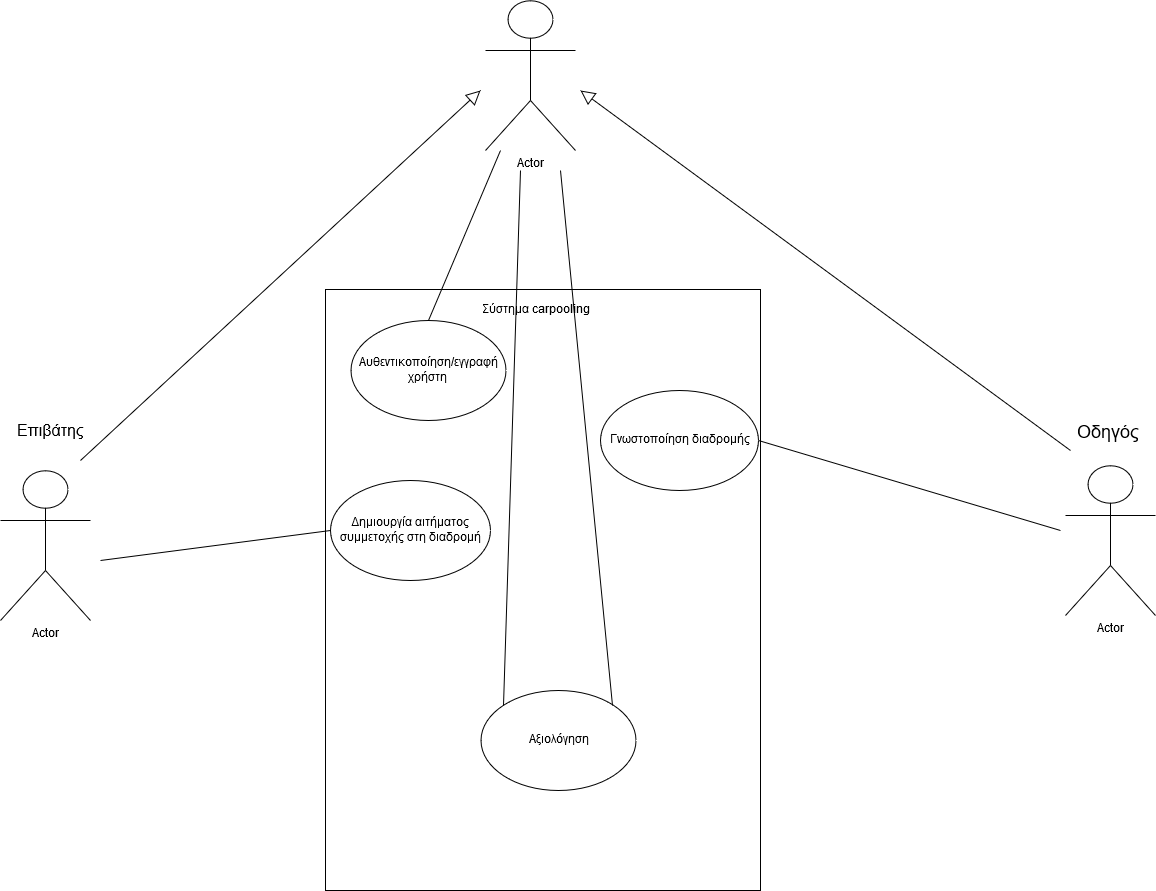
Earlier version of the draw.io export images/Usecases2.png (PaterakisNikos/carpooling). Source tidied: cells renumbered, new cells last; positions are measured from the earlier drawing's top-left corner, leaving out a move shared by most shapes. The source it was exported from:
```xml
<mxGraphModel>
  <root>
    <mxCell id="0" />
    <mxCell id="1" parent="0" />
    <mxCell id="2" style="rounded=0;whiteSpace=wrap;html=1;" parent="1" vertex="1">
      <mxGeometry x="325" y="289" width="435" height="601" as="geometry" />
    </mxCell>
    <mxCell id="3" value="Σύστημα carpooling" style="text;html=1;strokeColor=none;fillColor=none;align=center;verticalAlign=middle;whiteSpace=wrap;rounded=0;" parent="1" vertex="1">
      <mxGeometry x="470" y="300" width="130" height="20" as="geometry" />
    </mxCell>
    <mxCell id="4" value="&lt;div&gt;Αυθεντικοποίηση/εγγραφή&lt;/div&gt;&lt;div&gt;χρήστη&lt;br&gt;&lt;/div&gt;" style="ellipse;whiteSpace=wrap;html=1;" parent="1" vertex="1">
      <mxGeometry x="350" y="320" width="155" height="100" as="geometry" />
    </mxCell>
    <mxCell id="5" value="&lt;span lang=&quot;EL&quot;&gt;Δημιουργία αιτήματος συμμετοχής στη διαδρομή&lt;/span&gt;" style="ellipse;whiteSpace=wrap;html=1;" parent="1" vertex="1">
      <mxGeometry x="330" y="480" width="160" height="100" as="geometry" />
    </mxCell>
    <mxCell id="6" value="Γνωστοποίηση διαδρομής" style="ellipse;whiteSpace=wrap;html=1;" parent="1" vertex="1">
      <mxGeometry x="600" y="390" width="158" height="100" as="geometry" />
    </mxCell>
    <mxCell id="7" value="Αξιολόγηση" style="ellipse;whiteSpace=wrap;html=1;" parent="1" vertex="1">
      <mxGeometry x="480" y="690" width="155" height="100" as="geometry" />
    </mxCell>
    <mxCell id="8" value="Actor" style="shape=umlActor;verticalLabelPosition=bottom;labelBackgroundColor=#ffffff;verticalAlign=top;html=1;" parent="1" vertex="1">
      <mxGeometry y="470" width="90" height="150" as="geometry" />
    </mxCell>
    <mxCell id="9" value="Actor" style="shape=umlActor;verticalLabelPosition=bottom;labelBackgroundColor=#ffffff;verticalAlign=top;html=1;" parent="1" vertex="1">
      <mxGeometry x="485" width="90" height="150" as="geometry" />
    </mxCell>
    <mxCell id="10" style="endArrow=none;html=1;exitX=0.5;exitY=0;exitDx=0;exitDy=0;" parent="1" edge="1" source="4">
      <mxGeometry relative="1" as="geometry">
        <mxPoint x="500" y="150" as="targetPoint" />
      </mxGeometry>
    </mxCell>
    <mxCell id="11" style="endArrow=none;html=1;entryX=0;entryY=0.5;entryDx=0;entryDy=0;" parent="1" edge="1" target="5">
      <mxGeometry relative="1" as="geometry">
        <mxPoint x="100" y="560" as="sourcePoint" />
      </mxGeometry>
    </mxCell>
    <mxCell id="12" style="endArrow=none;html=1;entryX=1;entryY=0.5;entryDx=0;entryDy=0;" parent="1" edge="1" target="6">
      <mxGeometry relative="1" as="geometry">
        <mxPoint x="1060" y="530" as="sourcePoint" />
      </mxGeometry>
    </mxCell>
    <mxCell id="13" value="Actor" style="shape=umlActor;verticalLabelPosition=bottom;labelBackgroundColor=#ffffff;verticalAlign=top;html=1;" parent="1" vertex="1">
      <mxGeometry x="1065" y="465" width="90" height="150" as="geometry" />
    </mxCell>
    <mxCell id="14" style="endArrow=none;html=1;entryX=1;entryY=0;entryDx=0;entryDy=0;" parent="1" edge="1" target="7">
      <mxGeometry relative="1" as="geometry">
        <mxPoint x="560" y="170" as="sourcePoint" />
      </mxGeometry>
    </mxCell>
    <mxCell id="15" style="endArrow=none;html=1;entryX=0;entryY=0;entryDx=0;entryDy=0;" parent="1" edge="1" target="7">
      <mxGeometry relative="1" as="geometry">
        <mxPoint x="520" y="170" as="sourcePoint" />
      </mxGeometry>
    </mxCell>
    <mxCell id="16" style="endArrow=block;endFill=0;endSize=12;html=1;" parent="1" edge="1">
      <mxGeometry relative="1" as="geometry">
        <mxPoint x="80" y="460" as="sourcePoint" />
        <mxPoint x="480" y="90" as="targetPoint" />
      </mxGeometry>
    </mxCell>
    <mxCell id="17" style="endArrow=block;endFill=0;endSize=12;html=1;" parent="1" edge="1">
      <mxGeometry relative="1" as="geometry">
        <mxPoint x="1070" y="450" as="sourcePoint" />
        <mxPoint x="580" y="90" as="targetPoint" />
      </mxGeometry>
    </mxCell>
    <mxCell id="18" value="Επιβάτης" style="text;html=1;align=left;verticalAlign=top;spacingTop=-4;fontSize=16;" parent="1" vertex="1">
      <mxGeometry x="15" y="420" width="70" height="20" as="geometry" />
    </mxCell>
    <mxCell id="19" value="&lt;font style=&quot;font-size: 18px&quot;&gt;Οδηγός&lt;/font&gt;" style="text;html=1;align=left;verticalAlign=top;spacingTop=-4;" parent="1" vertex="1">
      <mxGeometry x="1075" y="420" width="80" height="20" as="geometry" />
    </mxCell>
  </root>
</mxGraphModel>
```
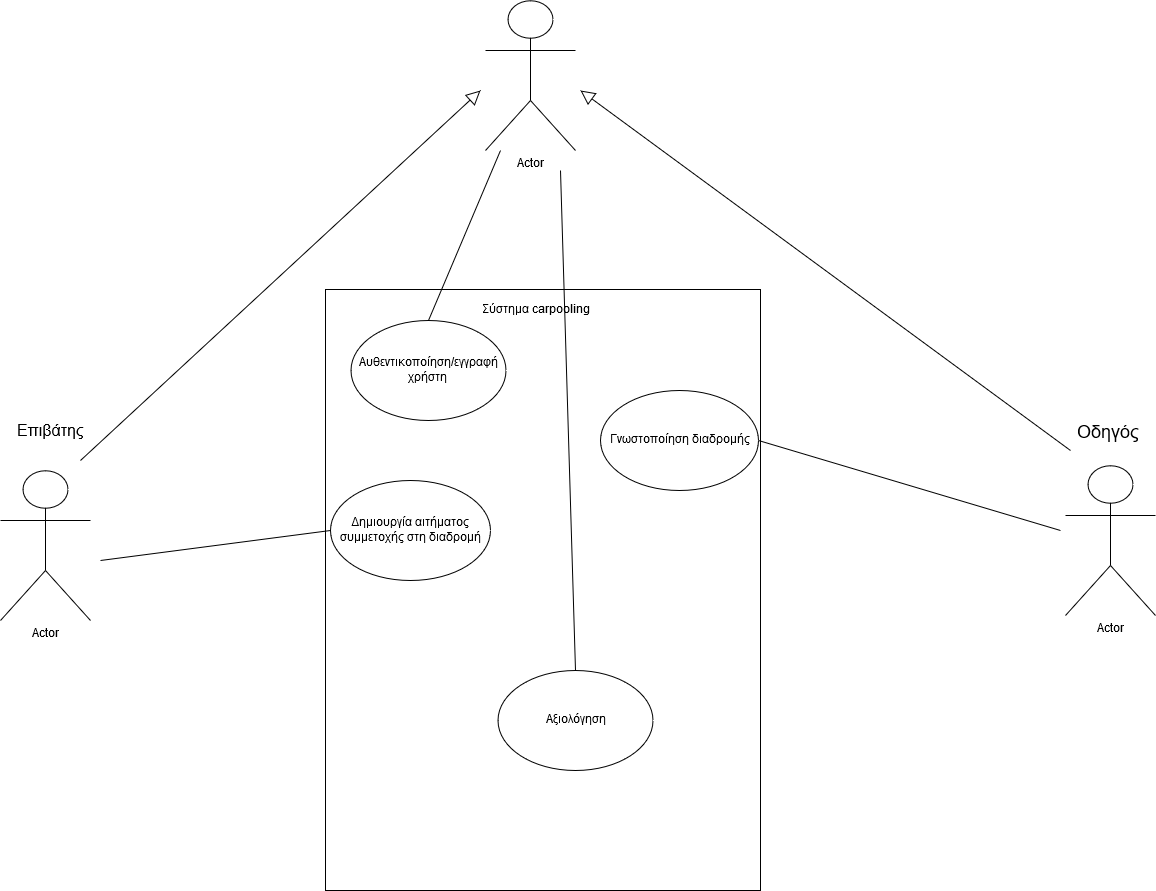
The same file after the commit.

Diff of the diagram source:
```diff
@@ -18,7 +18,7 @@
       <mxGeometry x="600" y="390" width="158" height="100" as="geometry" />
     </mxCell>
     <mxCell id="7" value="Αξιολόγηση" style="ellipse;whiteSpace=wrap;html=1;" parent="1" vertex="1">
-      <mxGeometry x="480" y="690" width="155" height="100" as="geometry" />
+      <mxGeometry x="497.5" y="670" width="155" height="100" as="geometry" />
     </mxCell>
     <mxCell id="8" value="Actor" style="shape=umlActor;verticalLabelPosition=bottom;labelBackgroundColor=#ffffff;verticalAlign=top;html=1;" parent="1" vertex="1">
       <mxGeometry y="470" width="90" height="150" as="geometry" />
@@ -44,16 +44,11 @@
     <mxCell id="13" value="Actor" style="shape=umlActor;verticalLabelPosition=bottom;labelBackgroundColor=#ffffff;verticalAlign=top;html=1;" parent="1" vertex="1">
       <mxGeometry x="1065" y="465" width="90" height="150" as="geometry" />
     </mxCell>
-    <mxCell id="14" style="endArrow=none;html=1;entryX=1;entryY=0;entryDx=0;entryDy=0;" parent="1" edge="1" target="7">
+    <mxCell id="14" style="endArrow=none;html=1;entryX=0.5;entryY=0;entryDx=0;entryDy=0;" parent="1" edge="1" target="7">
       <mxGeometry relative="1" as="geometry">
         <mxPoint x="560" y="170" as="sourcePoint" />
       </mxGeometry>
     </mxCell>
-    <mxCell id="15" style="endArrow=none;html=1;entryX=0;entryY=0;entryDx=0;entryDy=0;" parent="1" edge="1" target="7">
-      <mxGeometry relative="1" as="geometry">
-        <mxPoint x="520" y="170" as="sourcePoint" />
-      </mxGeometry>
-    </mxCell>
     <mxCell id="16" style="endArrow=block;endFill=0;endSize=12;html=1;" parent="1" edge="1">
       <mxGeometry relative="1" as="geometry">
         <mxPoint x="80" y="460" as="sourcePoint" />
```
